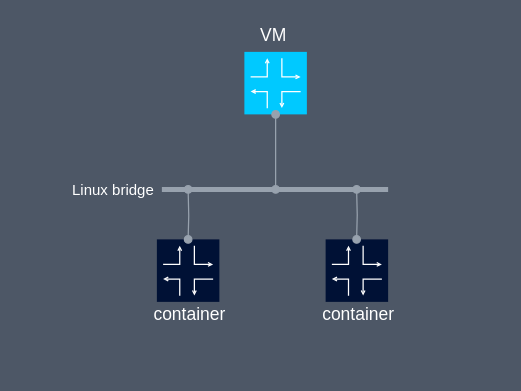
Earlier version of the draw.io diagram page "[0] lab topo" (1 of 2) of vrnetlab.drawio (srl-labs/containerlab). Source tidied: cells renumbered, new cells numbered last; positions are measured from the earlier drawing's top-left corner, leaving out a move shared by most shapes. Both pictures are drawn from the tidied source at 125%, with x=0, y=0 at pixel (58, 21).
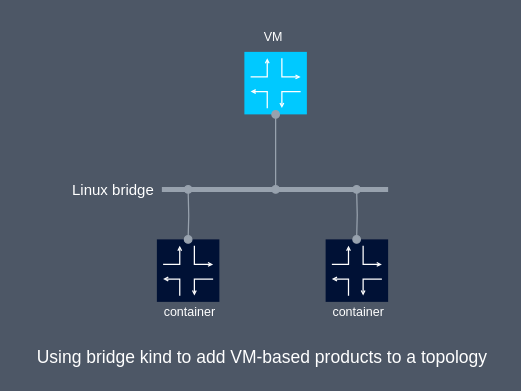
Above is the later version.

Diff of the diagram source:
```diff
@@
-    <mxCell id="9" value="&lt;font&gt;container&lt;/font&gt;" style="text;html=1;align=center;verticalAlign=middle;fontSize=14;fontFamily=Manrope;fontStyle=0;fontColor=#FFFFFF;" parent="1" vertex="1">
-      <mxGeometry x="68" y="223" width="73" height="22" as="geometry" />
+    <mxCell id="9" value="&lt;font style=&quot;font-size: 10px;&quot;&gt;container&lt;/font&gt;" style="text;html=1;align=center;verticalAlign=middle;fontSize=10;fontFamily=Manrope;fontStyle=0;fontColor=#FFFFFF;" parent="1" vertex="1">
+      <mxGeometry x="77" y="223" width="56" height="17" as="geometry" />
     </mxCell>
@@
-    <mxCell id="19" value="&lt;font&gt;container&lt;/font&gt;" style="text;html=1;align=center;verticalAlign=middle;fontSize=14;fontFamily=Manrope;fontStyle=0;fontColor=#FFFFFF;" parent="1" vertex="1">
-      <mxGeometry x="203" y="223" width="73" height="22" as="geometry" />
+    <mxCell id="19" value="&lt;font style=&quot;font-size: 10px;&quot;&gt;container&lt;/font&gt;" style="text;html=1;align=center;verticalAlign=middle;fontSize=10;fontFamily=Manrope;fontStyle=0;fontColor=#FFFFFF;" parent="1" vertex="1">
+      <mxGeometry x="212" y="223" width="56" height="17" as="geometry" />
     </mxCell>
@@
-    <mxCell id="21" value="&lt;font&gt;VM&lt;/font&gt;" style="text;html=1;align=center;verticalAlign=middle;fontSize=14;fontFamily=Manrope;fontStyle=0;fontColor=#FFFFFF;" parent="1" vertex="1">
-      <mxGeometry x="156" width="31" height="22" as="geometry" />
+    <mxCell id="21" value="&lt;font style=&quot;font-size: 10px;&quot;&gt;VM&lt;/font&gt;" style="text;html=1;align=center;verticalAlign=middle;fontSize=10;fontFamily=Manrope;fontStyle=0;fontColor=#FFFFFF;" parent="1" vertex="1">
+      <mxGeometry x="159" y="3" width="25" height="17" as="geometry" />
     </mxCell>
@@
+    <mxCell id="30" value="&lt;font&gt;Using bridge kind to add VM-based products to a topology&lt;/font&gt;" style="text;html=1;align=center;verticalAlign=middle;fontSize=14;fontFamily=Manrope;fontStyle=0;fontColor=#FFFFFF;" parent="1" vertex="1">
+      <mxGeometry x="-29" y="257" width="383" height="22" as="geometry" />
+    </mxCell>
```
